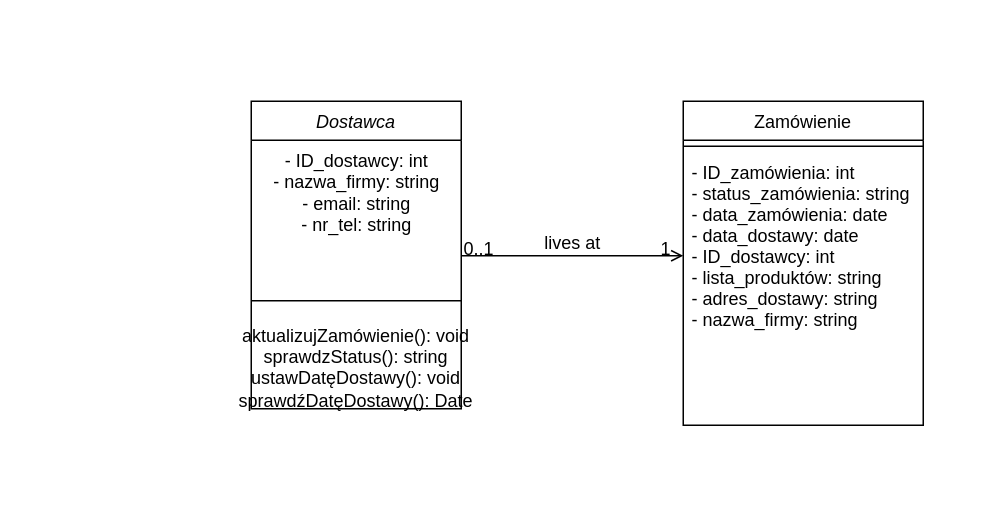
This is DK i DO/dostawca.drawio from Tarik-Alaiwi-dev/psi, a draw.io file, before an edit. Source tidied: cells renumbered, new cells numbered last; positions are measured from the earlier drawing's top-left corner, leaving out a move shared by most shapes. Both pictures are drawn from the tidied source at 150%, with x=0, y=0 at pixel (250, 100).
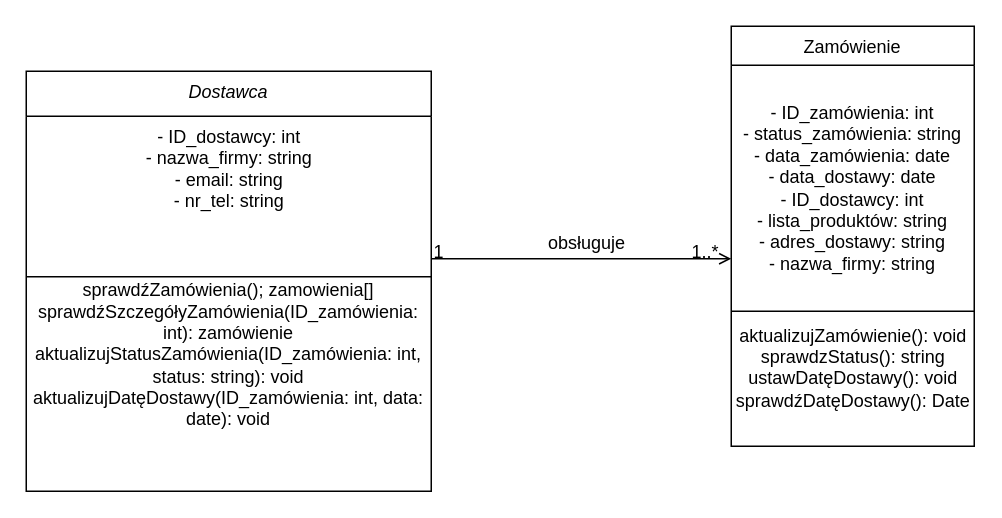
After the change.

The edit, as a diff of the source:
```diff
@@
 <mxGraphModel>
   <root>
     <mxCell id="0" />
     <mxCell id="1" parent="0" />
-    <mxCell id="2" value="Dostawca" style="swimlane;fontStyle=2;align=center;verticalAlign=top;horizontal=1;startSize=26;rounded=0;shadow=0;strokeWidth=1;" parent="1" vertex="1">
-      <mxGeometry width="140" height="205" as="geometry" />
+    <mxCell id="2" value="Dostawca" style="swimlane;fontStyle=2;align=center;verticalAlign=top;horizontal=1;startSize=30;rounded=0;shadow=0;strokeWidth=1;" parent="1" vertex="1">
+      <mxGeometry x="-150" y="-20" width="270" height="280" as="geometry" />
     </mxCell>
     <mxCell id="3" value="&lt;span style=&quot;text-align: left;&quot;&gt;- ID_dostawcy: int&lt;/span&gt;&lt;br style=&quot;padding: 0px; margin: 0px; text-align: left;&quot;&gt;&lt;span style=&quot;text-align: left;&quot;&gt;- nazwa_firmy: string&lt;/span&gt;&lt;br style=&quot;padding: 0px; margin: 0px; text-align: left;&quot;&gt;&lt;span style=&quot;text-align: left;&quot;&gt;- email: string&lt;/span&gt;&lt;br style=&quot;padding: 0px; margin: 0px; text-align: left;&quot;&gt;&lt;span style=&quot;text-align: left;&quot;&gt;- nr_tel: string&lt;/span&gt;" style="text;html=1;align=center;verticalAlign=middle;strokeColor=none;fillColor=none;" parent="2" vertex="1">
-      <mxGeometry y="26" width="140" height="70" as="geometry" />
+      <mxGeometry y="30" width="270" height="70" as="geometry" />
     </mxCell>
     <mxCell id="4" style="line;html=1;strokeWidth=1;align=left;verticalAlign=middle;spacingTop=-1;spacingLeft=3;spacingRight=3;labelPosition=right;" parent="2" vertex="1">
-      <mxGeometry y="96" width="140" height="74" as="geometry" />
+      <mxGeometry y="100" width="270" height="74" as="geometry" />
     </mxCell>
+    <mxCell id="13" value="sprawdźZamówienia(); zamowienia[]&lt;div&gt;sprawdźSzczegółyZamówienia(ID_zamówienia: int): zamówienie&lt;/div&gt;&lt;div&gt;aktualizujStatusZamówienia(ID_zamówienia: int, status: string): void&lt;/div&gt;&lt;div&gt;aktualizujDatęDostawy(ID_zamówienia: int, data: date): void&lt;/div&gt;" style="text;html=1;align=center;verticalAlign=middle;whiteSpace=wrap;rounded=0;" parent="2" vertex="1">
+      <mxGeometry y="174" width="270" height="30" as="geometry" />
+    </mxCell>
-    <mxCell id="5" value="&lt;span style=&quot;text-wrap: nowrap;&quot;&gt;aktualizujZamówienie(): void&lt;/span&gt;&lt;div&gt;&lt;span style=&quot;text-wrap: nowrap;&quot;&gt;sprawdzStatus(): string&lt;/span&gt;&lt;/div&gt;&lt;div&gt;&lt;span style=&quot;text-wrap: nowrap;&quot;&gt;ustawDatęDostawy(): void&lt;/span&gt;&lt;/div&gt;&lt;div&gt;&lt;span style=&quot;text-wrap: nowrap;&quot;&gt;sprawdźDatęDostawy(): Date&lt;/span&gt;&lt;/div&gt;&lt;div&gt;&lt;span style=&quot;text-wrap: nowrap;&quot;&gt;&lt;br&gt;&lt;/span&gt;&lt;/div&gt;" style="text;html=1;align=center;verticalAlign=middle;whiteSpace=wrap;rounded=0;" parent="2" vertex="1">
-      <mxGeometry y="170" width="140" height="30" as="geometry" />
+    <mxCell id="5" value="&lt;div&gt;&lt;span style=&quot;text-wrap: nowrap;&quot;&gt;&lt;br&gt;&lt;/span&gt;&lt;/div&gt;" style="text;html=1;align=center;verticalAlign=middle;whiteSpace=wrap;rounded=0;" parent="2" vertex="1">
+      <mxGeometry y="204" width="270" height="76" as="geometry" />
     </mxCell>
     <mxCell id="6" value="Zamówienie" style="swimlane;fontStyle=0;align=center;verticalAlign=top;horizontal=1;startSize=26;rounded=0;shadow=0;strokeWidth=1;" parent="1" vertex="1">
-      <mxGeometry x="288" width="160" height="216" as="geometry" />
+      <mxGeometry x="320" y="-50" width="162" height="280" as="geometry" />
     </mxCell>
+    <mxCell id="14" style="endArrow=none;html=1;rounded=0;entryX=1;entryY=1;entryDx=0;entryDy=0;" parent="6" edge="1" target="8">
+      <mxGeometry relative="1" as="geometry">
+        <mxPoint y="190" as="sourcePoint" />
+      </mxGeometry>
+    </mxCell>
+    <mxCell id="8" value="&lt;span style=&quot;text-align: left; text-wrap: nowrap;&quot;&gt;- ID_zamówienia: int&lt;/span&gt;&lt;br style=&quot;padding: 0px; margin: 0px; text-align: left; text-wrap: nowrap;&quot;&gt;&lt;span style=&quot;text-align: left; text-wrap: nowrap;&quot;&gt;- status_zamówienia: string&lt;/span&gt;&lt;br style=&quot;padding: 0px; margin: 0px; text-align: left; text-wrap: nowrap;&quot;&gt;&lt;span style=&quot;text-align: left; text-wrap: nowrap;&quot;&gt;- data_zamówienia: date&lt;/span&gt;&lt;br style=&quot;padding: 0px; margin: 0px; text-align: left; text-wrap: nowrap;&quot;&gt;&lt;span style=&quot;text-align: left; text-wrap: nowrap;&quot;&gt;- data_dostawy: date&lt;/span&gt;&lt;br style=&quot;padding: 0px; margin: 0px; text-align: left; text-wrap: nowrap;&quot;&gt;&lt;span style=&quot;text-align: left; text-wrap: nowrap;&quot;&gt;- ID_dostawcy: int&lt;/span&gt;&lt;br style=&quot;padding: 0px; margin: 0px; text-align: left; text-wrap: nowrap;&quot;&gt;&lt;span style=&quot;text-align: left; text-wrap: nowrap;&quot;&gt;- lista_produktów: string&lt;/span&gt;&lt;br style=&quot;padding: 0px; margin: 0px; text-align: left; text-wrap: nowrap;&quot;&gt;&lt;span style=&quot;text-align: left; text-wrap: nowrap;&quot;&gt;- adres_dostawy: string&lt;/span&gt;&lt;br style=&quot;padding: 0px; margin: 0px; text-align: left; text-wrap: nowrap;&quot;&gt;&lt;span style=&quot;text-align: left; text-wrap: nowrap;&quot;&gt;- nazwa_firmy: string&lt;/span&gt;" style="text;html=1;align=center;verticalAlign=middle;whiteSpace=wrap;rounded=0;" parent="6" vertex="1">
+      <mxGeometry y="26" width="162" height="164" as="geometry" />
+    </mxCell>
     <mxCell id="7" style="line;html=1;strokeWidth=1;align=left;verticalAlign=middle;spacingTop=-1;spacingLeft=3;spacingRight=3;labelPosition=right;" parent="6" vertex="1">
-      <mxGeometry y="26" width="160" height="8" as="geometry" />
+      <mxGeometry y="190" width="162" as="geometry" />
     </mxCell>
-    <mxCell id="8" value="- ID_zamówienia: int&#10;- status_zamówienia: string&#10;- data_zamówienia: date&#10;- data_dostawy: date&#10;- ID_dostawcy: int&#10;- lista_produktów: string&#10;- adres_dostawy: string&#10;- nazwa_firmy: string" style="text;align=left;verticalAlign=top;spacingLeft=4;spacingRight=4;overflow=hidden;points=[[0,0.5],[1,0.5]];portConstraint=eastwest;" parent="6" vertex="1">
-      <mxGeometry y="34" width="160" height="156" as="geometry" />
-    </mxCell>
+    <mxCell id="15" value="aktualizujZamówienie(): void&lt;div style=&quot;text-wrap: wrap;&quot;&gt;&lt;span style=&quot;text-wrap: nowrap;&quot;&gt;sprawdzStatus(): string&lt;/span&gt;&lt;/div&gt;&lt;div style=&quot;text-wrap: wrap;&quot;&gt;&lt;span style=&quot;text-wrap: nowrap;&quot;&gt;ustawDatęDostawy(): void&lt;/span&gt;&lt;/div&gt;&lt;div style=&quot;text-wrap: wrap;&quot;&gt;&lt;span style=&quot;text-wrap: nowrap;&quot;&gt;sprawdźDatęDostawy(): Date&lt;/span&gt;&lt;/div&gt;&lt;div&gt;&lt;span style=&quot;text-wrap: nowrap;&quot;&gt;&lt;br&gt;&lt;/span&gt;&lt;/div&gt;" style="text;html=1;align=center;verticalAlign=middle;strokeColor=none;fillColor=none;" parent="6" vertex="1">
+      <mxGeometry y="190" width="162" height="90" as="geometry" />
+    </mxCell>
     <mxCell id="9" style="endArrow=open;shadow=0;strokeWidth=1;rounded=0;curved=0;endFill=1;edgeStyle=elbowEdgeStyle;elbow=vertical;" parent="1" edge="1" source="2" target="6">
       <mxGeometry x="0.5" y="41" relative="1" as="geometry">
         <mxPoint x="-40" y="32" as="offset" />
       </mxGeometry>
     </mxCell>
-    <mxCell id="10" value="0..1" style="align=left;verticalAlign=bottom;labelBackgroundColor=none;fontSize=12;" parent="9" vertex="1">
+    <mxCell id="10" value="1" style="align=left;verticalAlign=bottom;labelBackgroundColor=none;fontSize=12;" parent="9" vertex="1">
       <mxGeometry x="-1" relative="1" as="geometry">
         <mxPoint y="4" as="offset" />
       </mxGeometry>
     </mxCell>
-    <mxCell id="11" value="1" style="align=right;verticalAlign=bottom;labelBackgroundColor=none;fontSize=12;" parent="9" vertex="1">
+    <mxCell id="11" value="1..*" style="align=right;verticalAlign=bottom;labelBackgroundColor=none;fontSize=12;" parent="9" vertex="1">
       <mxGeometry x="1" relative="1" as="geometry">
         <mxPoint x="-7" y="4" as="offset" />
       </mxGeometry>
     </mxCell>
-    <mxCell id="12" value="lives at" style="text;html=1;align=center;verticalAlign=middle;labelBackgroundColor=none;rounded=0;shadow=0;strokeWidth=1;fontSize=12;" parent="9" vertex="1">
-      <mxGeometry x="0.5" y="49" relative="1" as="geometry">
-        <mxPoint x="-38" y="40" as="offset" />
-      </mxGeometry>
-    </mxCell>
+    <mxCell id="16" value="obsługuje" style="text;html=1;align=center;verticalAlign=middle;whiteSpace=wrap;rounded=0;" parent="1" vertex="1">
+      <mxGeometry x="193.5" y="80" width="60" height="30" as="geometry" />
+    </mxCell>
   </root>
 </mxGraphModel>
```
